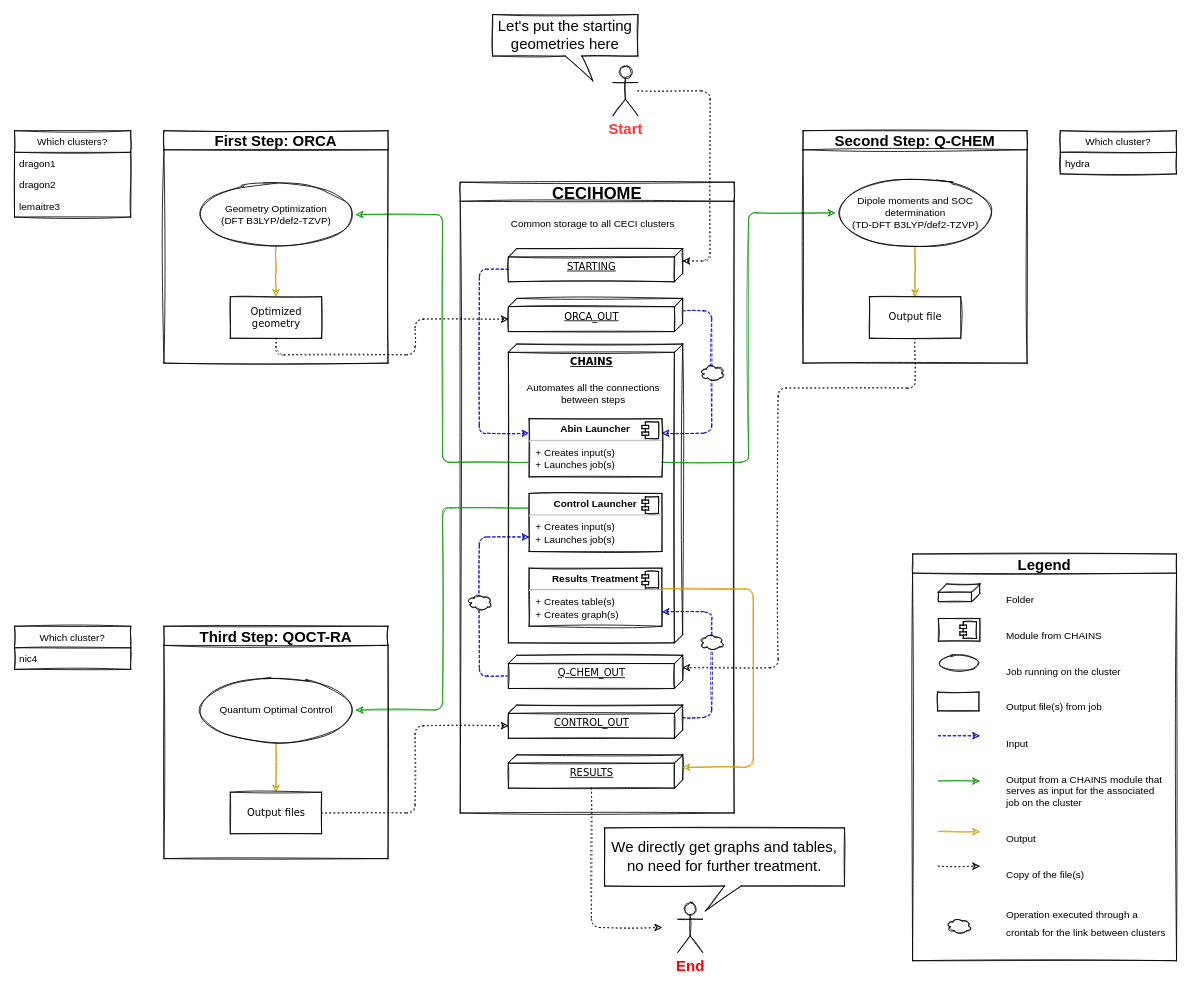
This is Documentation/chains_workflow.drawio from hexosphere/qc-pipeline, a draw.io file, before an edit. Source tidied: cells renumbered, new cells numbered last; positions are measured from the earlier drawing's top-left corner, leaving out a move shared by most shapes. Both pictures are drawn from the tidied source at 83%, with x=0, y=0 at pixel (14, 14).
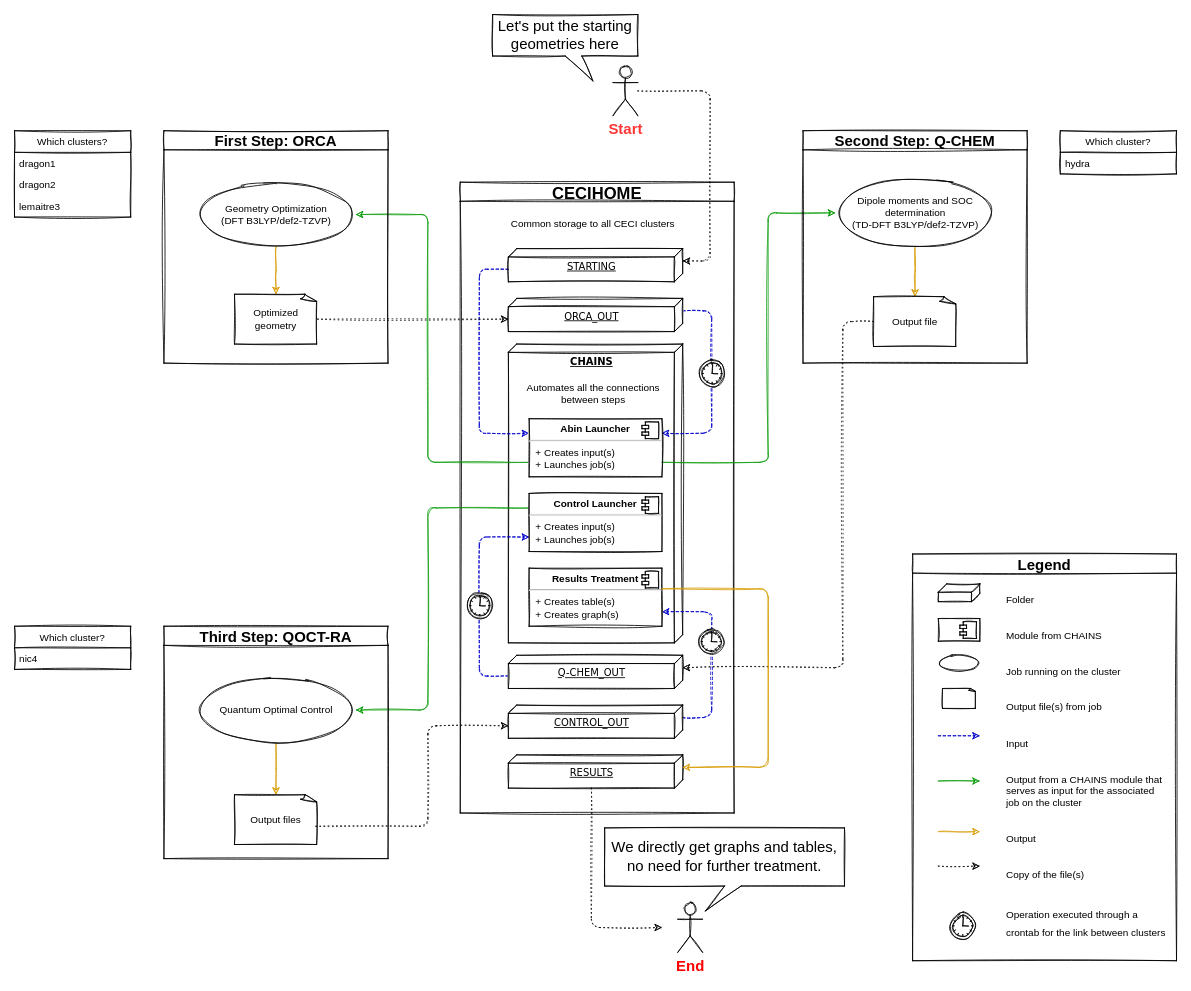
After the change.

Unchanged cells that the change refers to:
```xml
<mxCell id="2" value="CECIHOME" style="swimlane;fontSize=20;sketch=1;" parent="1" vertex="1">
  <mxGeometry x="537" y="202" width="330" height="760" as="geometry" />
</mxCell>
<mxCell id="8" value="ORCA_OUT" style="verticalAlign=top;align=center;spacingTop=8;spacingLeft=2;spacingRight=12;shape=cube;size=10;direction=south;fontStyle=4;html=1;shadow=0;comic=0;labelBackgroundColor=none;strokeWidth=1;fontFamily=Verdana;fontSize=12;sketch=1;" parent="1" vertex="1">
  <mxGeometry x="595" y="342" width="210" height="40" as="geometry" />
</mxCell>
<mxCell id="10" value="Q-CHEM_OUT" style="verticalAlign=top;align=center;spacingTop=8;spacingLeft=2;spacingRight=12;shape=cube;size=10;direction=south;fontStyle=4;html=1;shadow=0;comic=0;labelBackgroundColor=none;strokeWidth=1;fontFamily=Verdana;fontSize=12;sketch=1;" parent="1" vertex="1">
  <mxGeometry x="595" y="772" width="210" height="40" as="geometry" />
</mxCell>
<mxCell id="12" value="CONTROL_OUT" style="verticalAlign=top;align=center;spacingTop=8;spacingLeft=2;spacingRight=12;shape=cube;size=10;direction=south;fontStyle=4;html=1;shadow=0;comic=0;labelBackgroundColor=none;strokeWidth=1;fontFamily=Verdana;fontSize=12;sketch=1;" parent="1" vertex="1">
  <mxGeometry x="595" y="832" width="210" height="40" as="geometry" />
</mxCell>
<mxCell id="14" value="RESULTS" style="verticalAlign=top;align=center;spacingTop=8;spacingLeft=2;spacingRight=12;shape=cube;size=10;direction=south;fontStyle=4;html=1;shadow=0;comic=0;labelBackgroundColor=none;strokeWidth=1;fontFamily=Verdana;fontSize=12;sketch=1;" parent="1" vertex="1">
  <mxGeometry x="595" y="892" width="210" height="40" as="geometry" />
</mxCell>
<mxCell id="17" value="&lt;p style=&quot;margin: 0px ; margin-top: 6px ; text-align: center&quot;&gt;&lt;b&gt;Abin Launcher&lt;br&gt;&lt;/b&gt;&lt;/p&gt;&lt;hr&gt;&lt;p style=&quot;margin: 0px ; margin-left: 8px&quot;&gt;+ Creates input(s)&lt;br&gt;+ Launches job(s)&lt;br&gt;&lt;/p&gt;" style="align=left;overflow=fill;html=1;sketch=1;" parent="1" vertex="1">
  <mxGeometry x="620" y="487" width="160" height="70" as="geometry" />
</mxCell>
<mxCell id="20" value="&lt;p style=&quot;margin: 0px ; margin-top: 6px ; text-align: center&quot;&gt;&lt;b&gt;Control Launcher&lt;br&gt;&lt;/b&gt;&lt;/p&gt;&lt;hr&gt;&lt;p style=&quot;margin: 0px ; margin-left: 8px&quot;&gt;+ Creates input(s)&lt;br&gt;+ Launches job(s)&lt;br&gt;&lt;/p&gt;" style="align=left;overflow=fill;html=1;sketch=1;" parent="1" vertex="1">
  <mxGeometry x="620" y="577" width="160" height="70" as="geometry" />
</mxCell>
<mxCell id="22" value="&lt;p style=&quot;margin: 0px ; margin-top: 6px ; text-align: center&quot;&gt;&lt;b&gt;Results Treatment&lt;br&gt;&lt;/b&gt;&lt;/p&gt;&lt;hr&gt;&lt;p style=&quot;margin: 0px ; margin-left: 8px&quot;&gt;+ Creates table(s)&lt;br&gt;+ Creates graph(s)&lt;br&gt;&lt;/p&gt;" style="align=left;overflow=fill;html=1;sketch=1;" parent="1" vertex="1">
  <mxGeometry x="620" y="667" width="160" height="70" as="geometry" />
</mxCell>
<mxCell id="25" value="First Step: ORCA" style="swimlane;fontSize=18;sketch=1;" parent="1" vertex="1">
  <mxGeometry x="180" y="140" width="270" height="280" as="geometry" />
</mxCell>
<mxCell id="27" value="Geometry Optimization&lt;br&gt;(DFT B3LYP/def2-TZVP)" style="ellipse;whiteSpace=wrap;html=1;align=center;newEdgeStyle={&quot;edgeStyle&quot;:&quot;entityRelationEdgeStyle&quot;,&quot;startArrow&quot;:&quot;none&quot;,&quot;endArrow&quot;:&quot;none&quot;,&quot;segment&quot;:10,&quot;curved&quot;:1};sketch=1;" parent="25" vertex="1">
  <mxGeometry x="38.8" y="62" width="192.5" height="78" as="geometry" />
</mxCell>
<mxCell id="31" value="Third Step: QOCT-RA" style="swimlane;fontSize=18;sketch=1;" parent="1" vertex="1">
  <mxGeometry x="180" y="737" width="270" height="280" as="geometry" />
</mxCell>
<mxCell id="33" value="Quantum Optimal Control" style="ellipse;whiteSpace=wrap;html=1;align=center;newEdgeStyle={&quot;edgeStyle&quot;:&quot;entityRelationEdgeStyle&quot;,&quot;startArrow&quot;:&quot;none&quot;,&quot;endArrow&quot;:&quot;none&quot;,&quot;segment&quot;:10,&quot;curved&quot;:1};sketch=1;" parent="31" vertex="1">
  <mxGeometry x="38.8" y="62" width="192.5" height="78" as="geometry" />
</mxCell>
<mxCell id="36" value="Second Step: Q-CHEM" style="swimlane;fontSize=18;sketch=1;" parent="1" vertex="1">
  <mxGeometry x="950" y="140" width="270" height="280" as="geometry" />
</mxCell>
<mxCell id="54" value="Legend" style="swimlane;fontSize=18;align=center;sketch=1;" parent="1" vertex="1">
  <mxGeometry x="1082" y="650" width="318" height="490" as="geometry" />
</mxCell>
```

The edit, as a diff of the source:
```diff
@@
+    <mxCell id="4" value="&lt;b&gt;CHAINS&lt;/b&gt;" style="verticalAlign=top;align=center;spacingTop=8;spacingLeft=2;spacingRight=12;shape=cube;size=10;direction=south;fontStyle=4;html=1;shadow=0;comic=0;labelBackgroundColor=none;strokeWidth=1;fontFamily=Verdana;fontSize=12;sketch=1;" parent="1" vertex="1">
+      <mxGeometry x="595" y="397" width="210" height="360" as="geometry" />
+    </mxCell>
+    <mxCell id="7" style="edgeStyle=orthogonalEdgeStyle;jettySize=auto;html=1;exitX=0;exitY=0;exitDx=15;exitDy=0;exitPerimeter=0;entryX=1;entryY=0.25;entryDx=0;entryDy=0;fontSize=18;dashed=1;rounded=1;strokeColor=#0000CC;sketch=1;" parent="1" edge="1" source="8" target="17">
+      <mxGeometry relative="1" as="geometry">
+        <Array as="points">
+          <mxPoint x="840" y="357" />
+          <mxPoint x="840" y="505" />
+        </Array>
+      </mxGeometry>
+    </mxCell>
+    <mxCell id="9" style="edgeStyle=orthogonalEdgeStyle;jettySize=auto;html=1;exitX=0;exitY=0;exitDx=25;exitDy=210;exitPerimeter=0;entryX=0;entryY=0.75;entryDx=0;entryDy=0;fontSize=18;dashed=1;rounded=1;strokeColor=#0000CC;sketch=1;" parent="1" edge="1" source="10" target="20">
+      <mxGeometry relative="1" as="geometry">
+        <Array as="points">
+          <mxPoint x="560" y="797" />
+          <mxPoint x="560" y="630" />
+        </Array>
+      </mxGeometry>
+    </mxCell>
+    <mxCell id="11" style="edgeStyle=orthogonalEdgeStyle;rounded=1;jettySize=auto;html=1;exitX=0;exitY=0;exitDx=15;exitDy=0;exitPerimeter=0;entryX=1;entryY=0.75;entryDx=0;entryDy=0;fontSize=18;dashed=1;strokeColor=#0000CC;sketch=1;" parent="1" edge="1" source="12" target="22">
+      <mxGeometry relative="1" as="geometry">
+        <Array as="points">
+          <mxPoint x="840" y="847" />
+          <mxPoint x="840" y="720" />
+        </Array>
+      </mxGeometry>
+    </mxCell>
@@
-    <mxCell id="4" value="&lt;b&gt;CHAINS&lt;/b&gt;" style="verticalAlign=top;align=center;spacingTop=8;spacingLeft=2;spacingRight=12;shape=cube;size=10;direction=south;fontStyle=4;html=1;shadow=0;comic=0;labelBackgroundColor=none;strokeWidth=1;fontFamily=Verdana;fontSize=12;sketch=1;" parent="1" vertex="1">
-      <mxGeometry x="595" y="397" width="210" height="360" as="geometry" />
-    </mxCell>
+    <mxCell id="69" style="shape=mxgraph.bpmn.shape;html=1;verticalLabelPosition=bottom;labelBackgroundColor=#ffffff;verticalAlign=top;align=center;perimeter=ellipsePerimeter;outline=eventInt;symbol=timer;sketch=1;fillColor=#ffffff;fontSize=12;fontColor=#000000;" parent="2" vertex="1">
+      <mxGeometry x="8" y="494.7" width="31" height="31" as="geometry" />
+    </mxCell>
+    <mxCell id="70" style="shape=mxgraph.bpmn.shape;html=1;verticalLabelPosition=bottom;labelBackgroundColor=#ffffff;verticalAlign=top;align=center;perimeter=ellipsePerimeter;outline=eventInt;symbol=timer;sketch=1;fillColor=#ffffff;fontSize=12;fontColor=#000000;" parent="2" vertex="1">
+      <mxGeometry x="288" y="215" width="31" height="31" as="geometry" />
+    </mxCell>
@@
-    <mxCell id="7" style="edgeStyle=orthogonalEdgeStyle;jettySize=auto;html=1;exitX=0;exitY=0;exitDx=15;exitDy=0;exitPerimeter=0;entryX=1;entryY=0.25;entryDx=0;entryDy=0;fontSize=18;dashed=1;rounded=1;strokeColor=#0000CC;sketch=1;" parent="1" edge="1" source="8" target="17">
-      <mxGeometry relative="1" as="geometry">
-        <Array as="points">
-          <mxPoint x="840" y="357" />
-          <mxPoint x="840" y="505" />
-        </Array>
-      </mxGeometry>
-    </mxCell>
@@
-    <mxCell id="9" style="edgeStyle=orthogonalEdgeStyle;jettySize=auto;html=1;exitX=0;exitY=0;exitDx=25;exitDy=210;exitPerimeter=0;entryX=0;entryY=0.75;entryDx=0;entryDy=0;fontSize=18;dashed=1;rounded=1;strokeColor=#0000CC;sketch=1;" parent="1" edge="1" source="10" target="20">
-      <mxGeometry relative="1" as="geometry">
-        <Array as="points">
-          <mxPoint x="560" y="797" />
-          <mxPoint x="560" y="630" />
-        </Array>
-      </mxGeometry>
-    </mxCell>
@@
-    <mxCell id="11" style="edgeStyle=orthogonalEdgeStyle;rounded=1;jettySize=auto;html=1;exitX=0;exitY=0;exitDx=15;exitDy=0;exitPerimeter=0;entryX=1;entryY=0.75;entryDx=0;entryDy=0;fontSize=18;dashed=1;strokeColor=#0000CC;sketch=1;" parent="1" edge="1" source="12" target="22">
-      <mxGeometry relative="1" as="geometry">
-        <Array as="points">
-          <mxPoint x="840" y="847" />
-          <mxPoint x="840" y="720" />
-        </Array>
-      </mxGeometry>
-    </mxCell>
@@
     <mxCell id="15" style="edgeStyle=orthogonalEdgeStyle;rounded=1;jettySize=auto;html=1;exitX=0;exitY=0.75;exitDx=0;exitDy=0;entryX=1;entryY=0.5;entryDx=0;entryDy=0;fontSize=18;dashed=1;dashPattern=1 1;fillColor=#d5e8d4;strokeColor=#009900;sketch=1;" parent="1" edge="1" source="17" target="27">
-      <mxGeometry relative="1" as="geometry" />
+      <mxGeometry relative="1" as="geometry">
+        <Array as="points">
+          <mxPoint x="498" y="540" />
+          <mxPoint x="498" y="241" />
+        </Array>
+      </mxGeometry>
     </mxCell>
     <mxCell id="16" style="edgeStyle=orthogonalEdgeStyle;rounded=1;jettySize=auto;html=1;exitX=1;exitY=0.75;exitDx=0;exitDy=0;entryX=0;entryY=0.5;entryDx=0;entryDy=0;fontSize=18;dashed=1;dashPattern=1 1;fillColor=#d5e8d4;strokeColor=#009900;sketch=1;" parent="1" edge="1" source="17" target="39">
-      <mxGeometry relative="1" as="geometry" />
+      <mxGeometry relative="1" as="geometry">
+        <Array as="points">
+          <mxPoint x="908" y="540" />
+          <mxPoint x="908" y="239" />
+        </Array>
+      </mxGeometry>
     </mxCell>
@@
     <mxCell id="19" style="edgeStyle=orthogonalEdgeStyle;rounded=1;jettySize=auto;html=1;exitX=0;exitY=0.25;exitDx=0;exitDy=0;entryX=1;entryY=0.5;entryDx=0;entryDy=0;fontSize=18;dashed=1;dashPattern=1 1;fillColor=#d5e8d4;strokeColor=#009900;sketch=1;" parent="1" edge="1" source="20" target="33">
-      <mxGeometry relative="1" as="geometry" />
+      <mxGeometry relative="1" as="geometry">
+        <Array as="points">
+          <mxPoint x="498" y="595" />
+          <mxPoint x="498" y="838" />
+        </Array>
+      </mxGeometry>
     </mxCell>
@@
-    <mxCell id="26" style="edgeStyle=orthogonalEdgeStyle;rounded=0;jettySize=auto;html=1;exitX=0.5;exitY=1;exitDx=0;exitDy=0;entryX=0.5;entryY=0;entryDx=0;entryDy=0;fontSize=18;fillColor=#ffe6cc;strokeColor=#d79b00;sketch=1;" parent="25" edge="1" source="27" target="28">
+    <mxCell id="26" style="edgeStyle=orthogonalEdgeStyle;rounded=0;jettySize=auto;html=1;exitX=0.5;exitY=1;exitDx=0;exitDy=0;fontSize=18;fillColor=#ffe6cc;strokeColor=#d79b00;sketch=1;entryX=0.5;entryY=0;entryDx=0;entryDy=0;entryPerimeter=0;" parent="25" edge="1" source="27" target="28">
       <mxGeometry relative="1" as="geometry" />
     </mxCell>
@@
-    <mxCell id="28" value="Optimized&lt;br&gt;&lt;div&gt;geometry&lt;/div&gt;" style="html=1;shadow=0;comic=0;labelBackgroundColor=none;strokeWidth=1;fontFamily=Verdana;fontSize=12;align=center;sketch=1;" parent="25" vertex="1">
-      <mxGeometry x="80" y="200" width="110" height="50" as="geometry" />
+    <mxCell id="28" value="Optimized geometry" style="whiteSpace=wrap;html=1;shape=mxgraph.basic.document;sketch=1;fontSize=12;fontColor=#000000;align=center;" parent="25" vertex="1">
+      <mxGeometry x="85" y="197" width="100" height="60" as="geometry" />
     </mxCell>
-    <mxCell id="29" style="edgeStyle=orthogonalEdgeStyle;rounded=1;jettySize=auto;html=1;exitX=0.5;exitY=1;exitDx=0;exitDy=0;entryX=0;entryY=0;entryDx=25;entryDy=210;entryPerimeter=0;fontSize=18;dashed=1;dashPattern=1 4;sketch=1;" parent="1" edge="1" source="28" target="8">
+    <mxCell id="29" style="edgeStyle=orthogonalEdgeStyle;rounded=1;jettySize=auto;html=1;exitX=1;exitY=0.5;exitDx=0;exitDy=0;fontSize=18;dashed=1;dashPattern=1 4;sketch=1;exitPerimeter=0;entryX=0;entryY=0;entryDx=25;entryDy=210;entryPerimeter=0;" parent="1" edge="1" source="28" target="8">
       <mxGeometry relative="1" as="geometry" />
     </mxCell>
-    <mxCell id="30" style="edgeStyle=orthogonalEdgeStyle;rounded=1;jettySize=auto;html=1;exitX=0.5;exitY=1;exitDx=0;exitDy=0;entryX=0;entryY=0;entryDx=15;entryDy=0;entryPerimeter=0;fontSize=18;dashed=1;dashPattern=1 4;sketch=1;" parent="1" edge="1" source="38" target="10">
+    <mxCell id="30" style="edgeStyle=orthogonalEdgeStyle;rounded=1;jettySize=auto;html=1;entryX=0;entryY=0;entryDx=15;entryDy=0;entryPerimeter=0;fontSize=18;dashed=1;dashPattern=1 4;sketch=1;exitX=0;exitY=0.5;exitDx=0;exitDy=0;exitPerimeter=0;" parent="1" edge="1" source="38" target="10">
       <mxGeometry relative="1" as="geometry">
         <Array as="points">
-          <mxPoint x="1085" y="450" />
-          <mxPoint x="920" y="450" />
-          <mxPoint x="920" y="787" />
+          <mxPoint x="998" y="370" />
+          <mxPoint x="998" y="787" />
         </Array>
       </mxGeometry>
     </mxCell>
@@
-    <mxCell id="32" style="edgeStyle=orthogonalEdgeStyle;rounded=0;jettySize=auto;html=1;exitX=0.5;exitY=1;exitDx=0;exitDy=0;entryX=0.5;entryY=0;entryDx=0;entryDy=0;fontSize=18;fillColor=#ffe6cc;strokeColor=#d79b00;sketch=1;" parent="31" edge="1" source="33" target="34">
+    <mxCell id="32" style="edgeStyle=orthogonalEdgeStyle;rounded=0;jettySize=auto;html=1;exitX=0.5;exitY=1;exitDx=0;exitDy=0;fontSize=18;fillColor=#ffe6cc;strokeColor=#d79b00;sketch=1;entryX=0.5;entryY=0;entryDx=0;entryDy=0;entryPerimeter=0;" parent="31" edge="1" source="33" target="34">
       <mxGeometry relative="1" as="geometry" />
     </mxCell>
@@
-    <mxCell id="34" value="Output files" style="html=1;shadow=0;comic=0;labelBackgroundColor=none;strokeWidth=1;fontFamily=Verdana;fontSize=12;align=center;sketch=1;" parent="31" vertex="1">
-      <mxGeometry x="80" y="200" width="110" height="50" as="geometry" />
+    <mxCell id="34" value="Output files" style="whiteSpace=wrap;html=1;shape=mxgraph.basic.document;sketch=1;fontSize=12;fontColor=#000000;align=center;" parent="31" vertex="1">
+      <mxGeometry x="85" y="203" width="100" height="60" as="geometry" />
     </mxCell>
-    <mxCell id="35" style="edgeStyle=orthogonalEdgeStyle;rounded=1;jettySize=auto;html=1;exitX=1;exitY=0.5;exitDx=0;exitDy=0;entryX=0;entryY=0;entryDx=25;entryDy=210;entryPerimeter=0;fontSize=18;dashed=1;dashPattern=1 4;sketch=1;" parent="1" edge="1" source="34" target="12">
-      <mxGeometry relative="1" as="geometry" />
+    <mxCell id="35" style="edgeStyle=orthogonalEdgeStyle;rounded=1;jettySize=auto;html=1;entryX=0;entryY=0;entryDx=25;entryDy=210;entryPerimeter=0;fontSize=18;dashed=1;dashPattern=1 4;sketch=1;exitX=0.98;exitY=0.633;exitDx=0;exitDy=0;exitPerimeter=0;" parent="1" edge="1" source="34" target="12">
+      <mxGeometry relative="1" as="geometry">
+        <Array as="points">
+          <mxPoint x="498" y="978" />
+          <mxPoint x="498" y="857" />
+        </Array>
+      </mxGeometry>
     </mxCell>
@@
-    <mxCell id="37" style="edgeStyle=orthogonalEdgeStyle;rounded=0;jettySize=auto;html=1;exitX=0.5;exitY=1;exitDx=0;exitDy=0;entryX=0.5;entryY=0;entryDx=0;entryDy=0;fontSize=18;fillColor=#ffe6cc;strokeColor=#d79b00;sketch=1;" parent="36" edge="1" source="39" target="38">
+    <mxCell id="37" style="edgeStyle=orthogonalEdgeStyle;rounded=0;jettySize=auto;html=1;exitX=0.5;exitY=1;exitDx=0;exitDy=0;entryX=0.5;entryY=0;entryDx=0;entryDy=0;fontSize=18;fillColor=#ffe6cc;strokeColor=#d79b00;sketch=1;entryPerimeter=0;" parent="36" edge="1" source="39" target="38">
       <mxGeometry relative="1" as="geometry" />
     </mxCell>
+    <mxCell id="39" value="Dipole moments and SOC determination&lt;br&gt;&lt;div&gt;(TD-DFT B3LYP/def2-TZVP)&lt;/div&gt;" style="ellipse;whiteSpace=wrap;html=1;align=center;newEdgeStyle={&quot;edgeStyle&quot;:&quot;entityRelationEdgeStyle&quot;,&quot;startArrow&quot;:&quot;none&quot;,&quot;endArrow&quot;:&quot;none&quot;,&quot;segment&quot;:10,&quot;curved&quot;:1};sketch=1;" parent="36" vertex="1">
+      <mxGeometry x="38.8" y="60" width="192.5" height="78" as="geometry" />
+    </mxCell>
-    <mxCell id="38" value="Output file" style="html=1;shadow=0;comic=0;labelBackgroundColor=none;strokeWidth=1;fontFamily=Verdana;fontSize=12;align=center;sketch=1;" parent="36" vertex="1">
-      <mxGeometry x="80" y="200" width="110" height="50" as="geometry" />
+    <mxCell id="38" value="Output file" style="whiteSpace=wrap;html=1;shape=mxgraph.basic.document;sketch=1;fontSize=12;fontColor=#000000;align=center;" parent="36" vertex="1">
+      <mxGeometry x="85" y="200" width="100" height="60" as="geometry" />
     </mxCell>
-    <mxCell id="39" value="Dipole moments and SOC determination&lt;br&gt;&lt;div&gt;(TD-DFT B3LYP/def2-TZVP)&lt;/div&gt;" style="ellipse;whiteSpace=wrap;html=1;align=center;newEdgeStyle={&quot;edgeStyle&quot;:&quot;entityRelationEdgeStyle&quot;,&quot;startArrow&quot;:&quot;none&quot;,&quot;endArrow&quot;:&quot;none&quot;,&quot;segment&quot;:10,&quot;curved&quot;:1};sketch=1;" parent="36" vertex="1">
-      <mxGeometry x="38.8" y="60" width="192.5" height="78" as="geometry" />
-    </mxCell>
@@
-    <mxCell id="45" style="html=1;shadow=0;comic=0;labelBackgroundColor=none;strokeWidth=1;fontFamily=Verdana;fontSize=12;align=center;sketch=1;" parent="1" vertex="1">
-      <mxGeometry x="1112" y="816.3" width="50" height="22.7" as="geometry" />
-    </mxCell>
@@
-    <mxCell id="55" style="ellipse;shape=cloud;whiteSpace=wrap;html=1;fontColor=#FF0505;sketch=1;" parent="54" vertex="1">
-      <mxGeometry x="41" y="438" width="30" height="20" as="geometry" />
-    </mxCell>
+    <mxCell id="71" style="whiteSpace=wrap;html=1;shape=mxgraph.basic.document;sketch=1;fontSize=12;fontColor=#000000;align=center;" parent="54" vertex="1">
+      <mxGeometry x="36" y="162" width="40" height="24" as="geometry" />
+    </mxCell>
+    <mxCell id="72" style="shape=mxgraph.bpmn.shape;html=1;verticalLabelPosition=bottom;labelBackgroundColor=#ffffff;verticalAlign=top;align=center;perimeter=ellipsePerimeter;outline=eventInt;symbol=timer;sketch=1;fillColor=#ffffff;fontSize=12;fontColor=#000000;" parent="54" vertex="1">
+      <mxGeometry x="45" y="432.5" width="31" height="31" as="geometry" />
+    </mxCell>
@@
-    <mxCell id="62" style="ellipse;shape=cloud;whiteSpace=wrap;html=1;fontColor=#FF0505;sketch=1;" parent="1" vertex="1">
-      <mxGeometry x="826" y="422" width="30" height="20" as="geometry" />
-    </mxCell>
-    <mxCell id="63" style="ellipse;shape=cloud;whiteSpace=wrap;html=1;fontColor=#FF0505;sketch=1;" parent="1" vertex="1">
-      <mxGeometry x="546" y="698" width="30" height="20" as="geometry" />
-    </mxCell>
-    <mxCell id="64" style="ellipse;shape=cloud;whiteSpace=wrap;html=1;fontColor=#FF0505;sketch=1;" parent="1" vertex="1">
-      <mxGeometry x="825" y="746" width="30" height="20" as="geometry" />
-    </mxCell>
@@
     <mxCell id="66" style="edgeStyle=orthogonalEdgeStyle;rounded=1;jettySize=auto;html=1;exitX=1;exitY=0.357;exitDx=0;exitDy=0;entryX=0;entryY=0;entryDx=15;entryDy=0;entryPerimeter=0;fontSize=18;exitPerimeter=0;fillColor=#ffe6cc;strokeColor=#d79b00;sketch=1;" parent="1" edge="1" source="22" target="14">
       <mxGeometry relative="1" as="geometry">
         <Array as="points">
-          <mxPoint x="890" y="692" />
-          <mxPoint x="890" y="907" />
+          <mxPoint x="908" y="692" />
+          <mxPoint x="908" y="907" />
         </Array>
       </mxGeometry>
     </mxCell>
@@
+    <mxCell id="73" style="shape=mxgraph.bpmn.shape;html=1;verticalLabelPosition=bottom;labelBackgroundColor=#ffffff;verticalAlign=top;align=center;perimeter=ellipsePerimeter;outline=eventInt;symbol=timer;sketch=1;fillColor=#ffffff;fontSize=12;fontColor=#000000;" parent="1" vertex="1">
+      <mxGeometry x="824" y="740" width="31" height="31" as="geometry" />
+    </mxCell>
```
